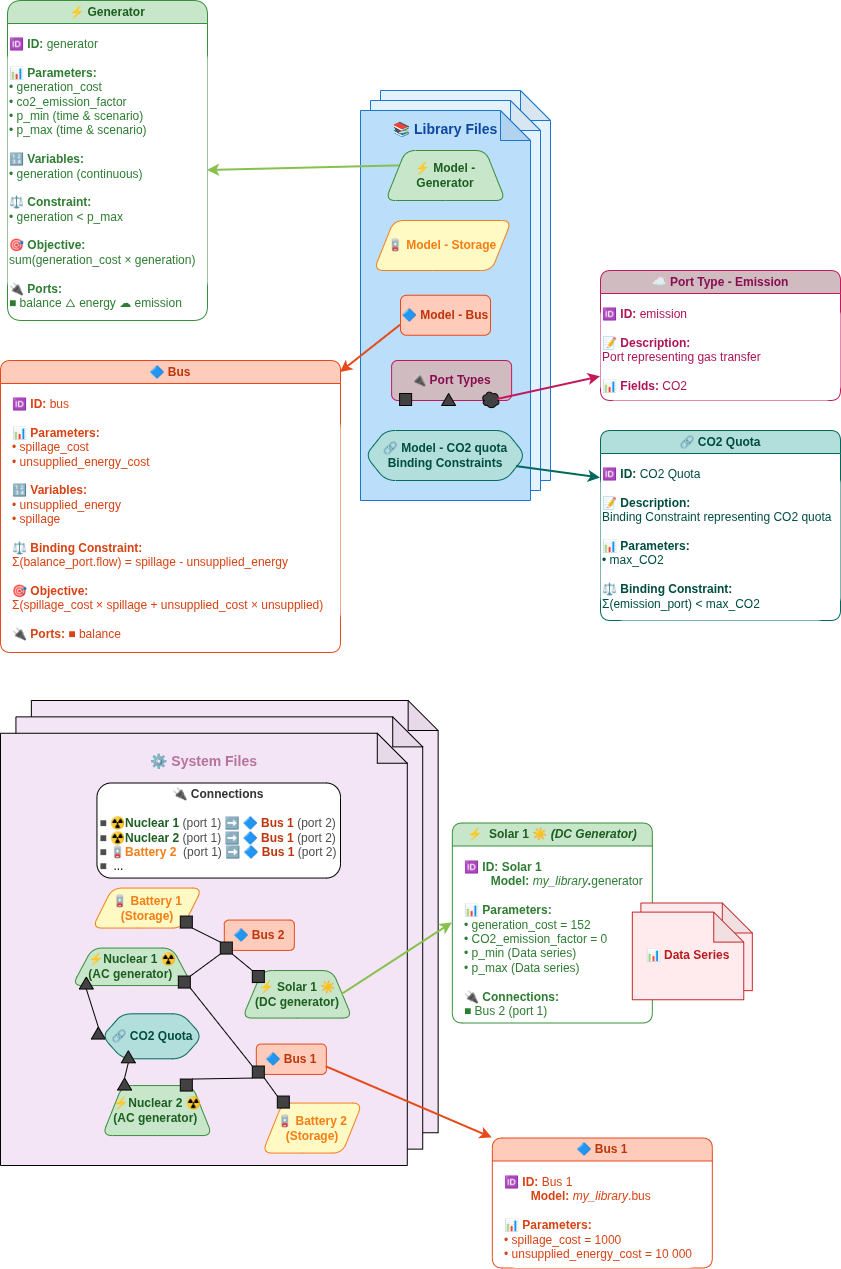
The draw.io diagram doc/assets/6_GEMS_architecture.png in AntaresSimulatorTeam/GEMS, before a commit. Source tidied: cells renumbered, new cells last; positions are measured from the earlier drawing's top-left corner, leaving out a move shared by most shapes.
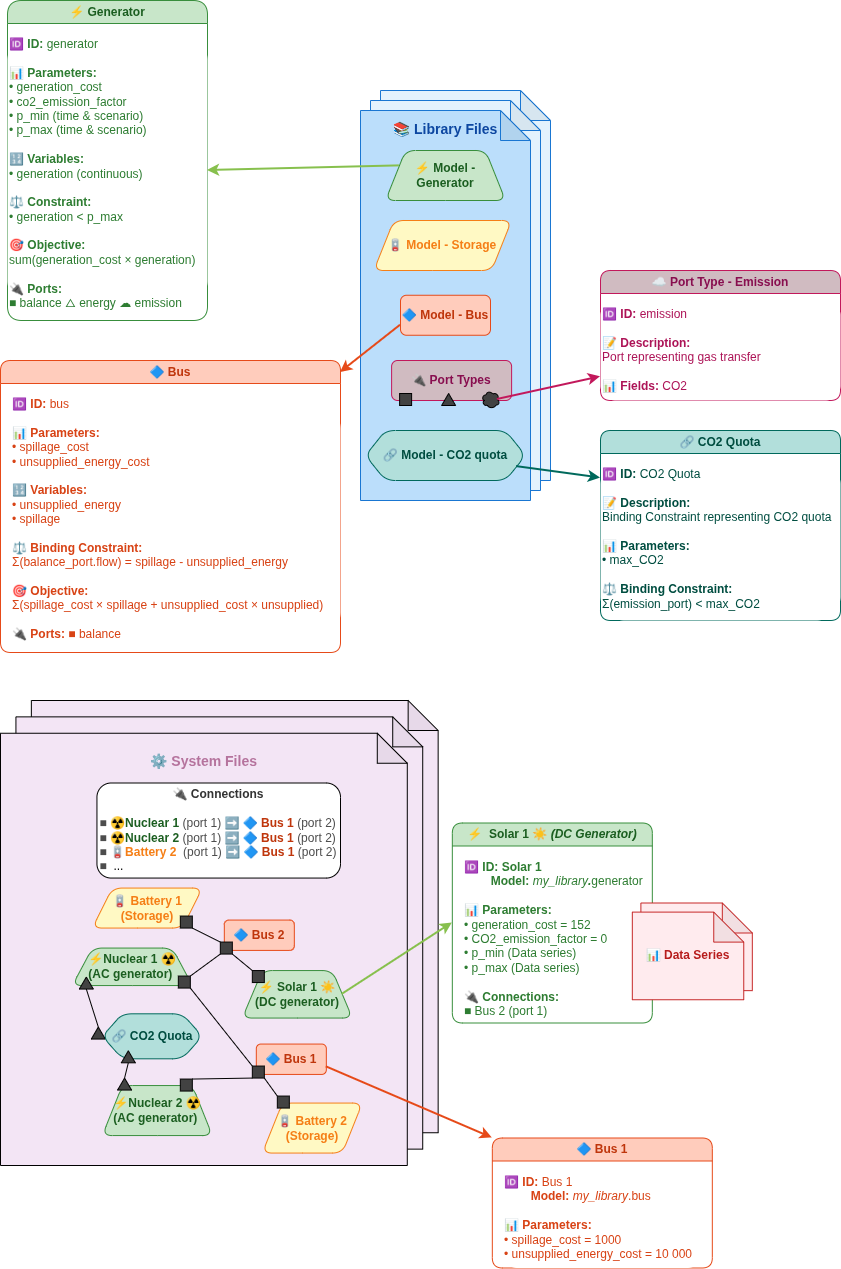
Later version of the same file.

Commit message:
delete biding constraints for model CO2 quota

What changed in the source:
```diff
@@ -152,7 +152,7 @@
     <mxCell id="51" value="⚡ Model - Generator" style="shape=trapezoid;perimeter=trapezoidPerimeter;whiteSpace=wrap;html=1;fixedSize=1;fillColor=#C8E6C9;strokeColor=#388E3C;fontStyle=1;fontColor=#1B5E20;rounded=1;" parent="1" vertex="1">
       <mxGeometry x="385" y="150" width="120" height="50" as="geometry" />
     </mxCell>
-    <mxCell id="52" value="🔗 Model - CO2 quota Binding Constraints" style="shape=hexagon;perimeter=hexagonPerimeter2;whiteSpace=wrap;html=1;fixedSize=1;fillColor=#B2DFDB;strokeColor=#00695C;fontStyle=1;fontColor=#004D40;rounded=1;" parent="1" vertex="1">
+    <mxCell id="52" value="🔗 Model - CO2 quota" style="shape=hexagon;perimeter=hexagonPerimeter2;whiteSpace=wrap;html=1;fixedSize=1;fillColor=#B2DFDB;strokeColor=#00695C;fontStyle=1;fontColor=#004D40;rounded=1;" parent="1" vertex="1">
       <mxGeometry x="365" y="430" width="160" height="50" as="geometry" />
     </mxCell>
     <mxCell id="53" value="🔷 Bus" style="swimlane;whiteSpace=wrap;html=1;fillColor=#FFCCBC;strokeColor=#E64A19;fontStyle=1;fontColor=#BF360C;rounded=1;" parent="1" vertex="1">
```
